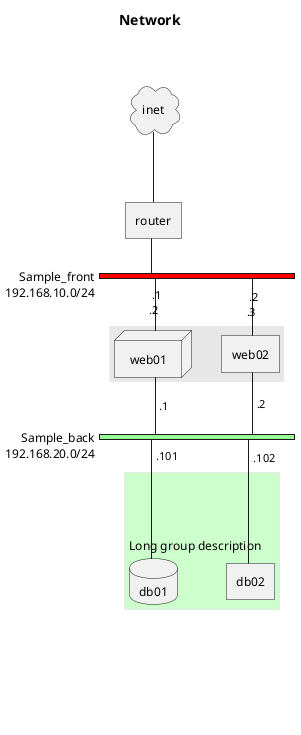
Before: img/network.png, a diagram exported from PlantUML (cretinon/ma-emacs).
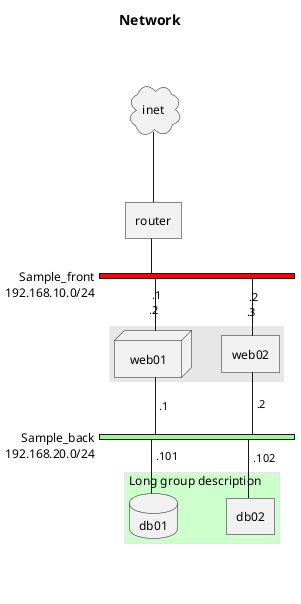
Above is the later version.

The edit, as a diff of the source:
```diff
@@ -21,11 +21,10 @@
                 web02 [address = "      .2"]
                 db01 [address = "           .101", shape = database ]
                 db02 [address = "           .102"]
-
                 // define network using defined nodes
                 group db {
                         color = "#CCFFCC";
-                        description = "\n\n\n\nLong group description";
+                        description = "Long group description";
                         db01;
                         db02;
                 }
```
